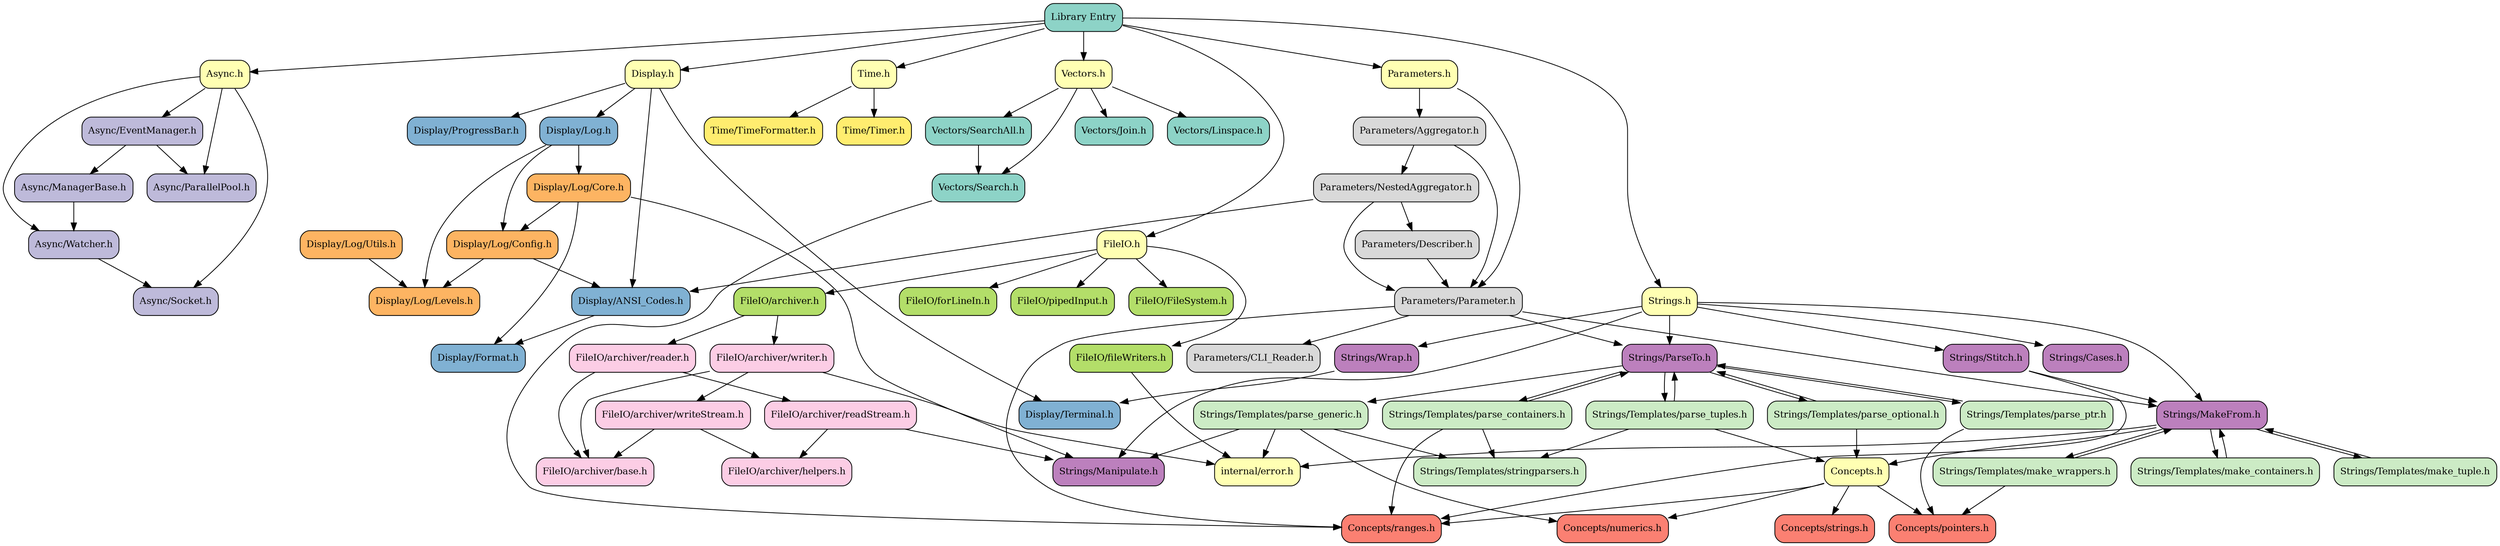
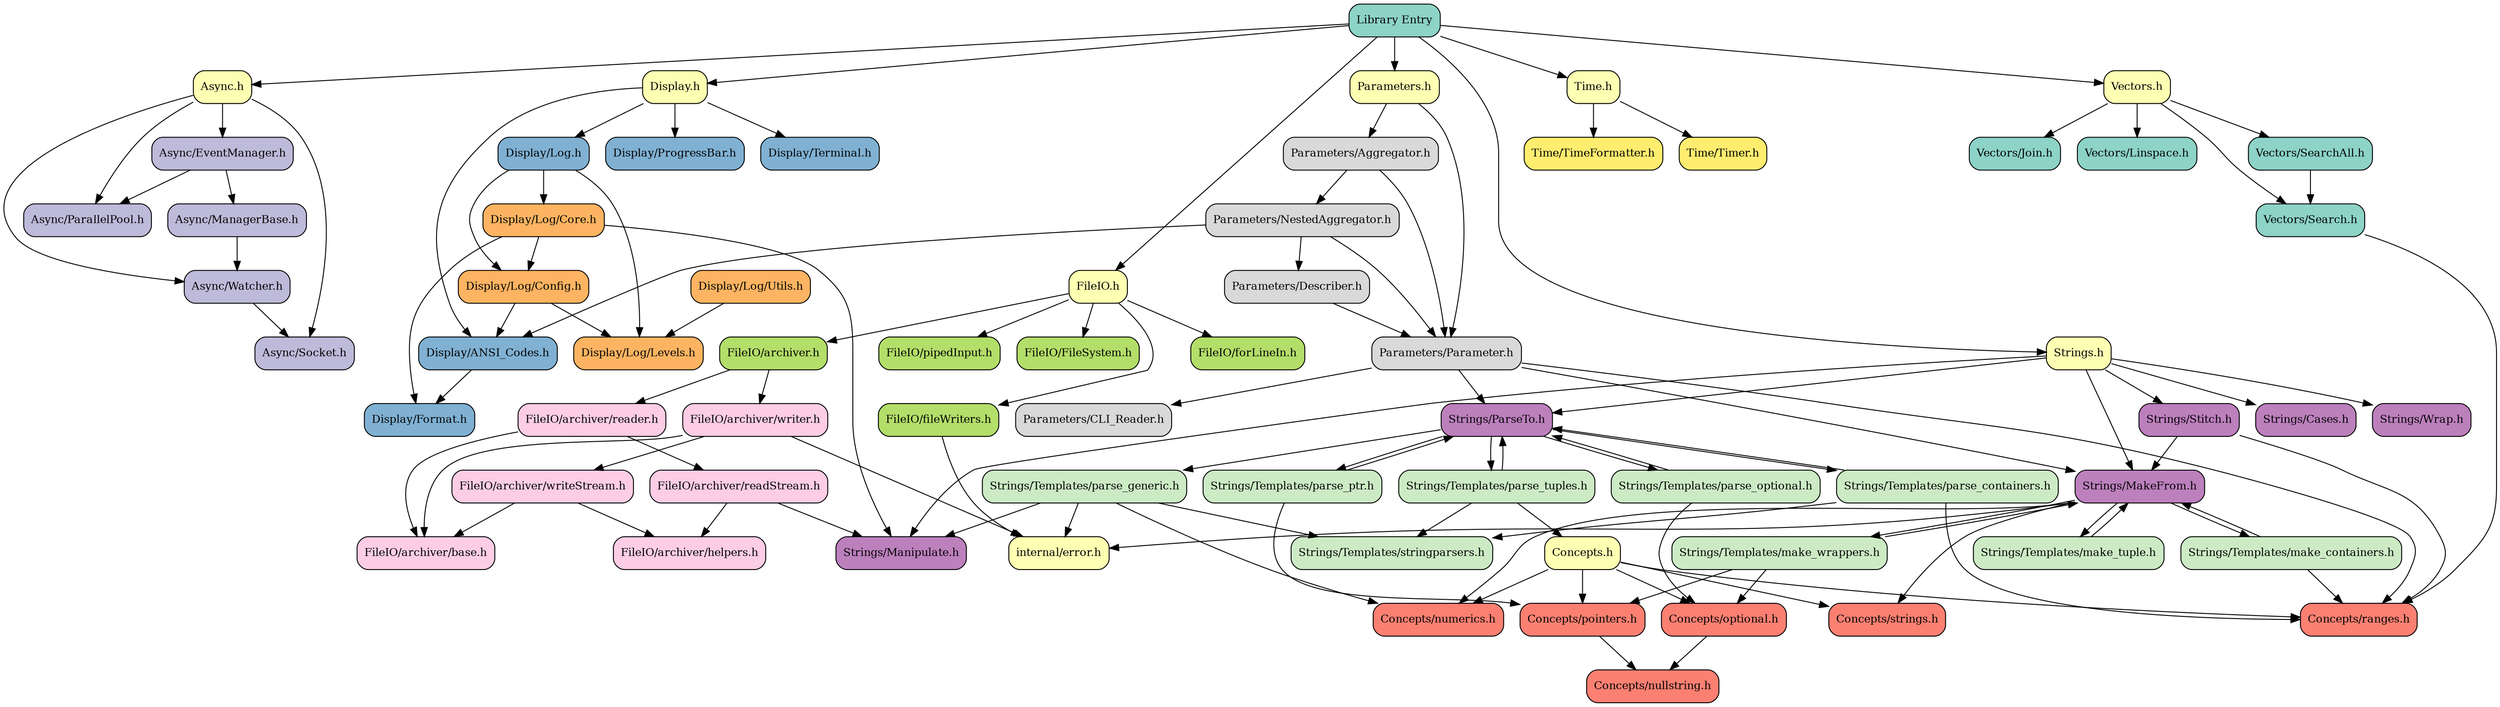
digraph codeviz {
    splines=true
    sep="+15,15"
    overlap=false

    node [shape=Mrecord, fontsize=12]

    node [fillcolor="#8dd3c7", style=filled] "JSL.h"                                    [label = "Library Entry"]
    node [fillcolor="#ffffb3", style=filled] "JSL/Async.h"                              [label = "Async.h"]
    node [fillcolor="#bebada", style=filled] "JSL/Async/EventManager.h"                 [label = "Async/EventManager.h"]
    node [fillcolor="#bebada", style=filled] "JSL/Async/ManagerBase.h"                  [label = "Async/ManagerBase.h"]
    node [fillcolor="#bebada", style=filled] "JSL/Async/ParallelPool.h"                 [label = "Async/ParallelPool.h"]
    node [fillcolor="#bebada", style=filled] "JSL/Async/Socket.h"                       [label = "Async/Socket.h"]
    node [fillcolor="#bebada", style=filled] "JSL/Async/Watcher.h"                      [label = "Async/Watcher.h"]
    node [fillcolor="#ffffb3", style=filled] "JSL/Concepts.h"                           [label = "Concepts.h"]
+     node [fillcolor="#fb8072", style=filled] "JSL/Concepts/nullstring.h"                [label = "Concepts/nullstring.h"]
    node [fillcolor="#fb8072", style=filled] "JSL/Concepts/numerics.h"                  [label = "Concepts/numerics.h"]
+     node [fillcolor="#fb8072", style=filled] "JSL/Concepts/optional.h"                  [label = "Concepts/optional.h"]
    node [fillcolor="#fb8072", style=filled] "JSL/Concepts/pointers.h"                  [label = "Concepts/pointers.h"]
    node [fillcolor="#fb8072", style=filled] "JSL/Concepts/ranges.h"                    [label = "Concepts/ranges.h"]
    node [fillcolor="#fb8072", style=filled] "JSL/Concepts/strings.h"                   [label = "Concepts/strings.h"]
    node [fillcolor="#ffffb3", style=filled] "JSL/Display.h"                            [label = "Display.h"]
    node [fillcolor="#80b1d3", style=filled] "JSL/Display/ANSI_Codes.h"                 [label = "Display/ANSI_Codes.h"]
    node [fillcolor="#80b1d3", style=filled] "JSL/Display/Format.h"                     [label = "Display/Format.h"]
    node [fillcolor="#80b1d3", style=filled] "JSL/Display/Log.h"                        [label = "Display/Log.h"]
    node [fillcolor="#fdb462", style=filled] "JSL/Display/Log/Config.h"                 [label = "Display/Log/Config.h"]
    node [fillcolor="#fdb462", style=filled] "JSL/Display/Log/Core.h"                   [label = "Display/Log/Core.h"]
    node [fillcolor="#fdb462", style=filled] "JSL/Display/Log/Levels.h"                 [label = "Display/Log/Levels.h"]
    node [fillcolor="#fdb462", style=filled] "JSL/Display/Log/Utils.h"                  [label = "Display/Log/Utils.h"]
    node [fillcolor="#80b1d3", style=filled] "JSL/Display/ProgressBar.h"                [label = "Display/ProgressBar.h"]
    node [fillcolor="#80b1d3", style=filled] "JSL/Display/Terminal.h"                   [label = "Display/Terminal.h"]
    node [fillcolor="#ffffb3", style=filled] "JSL/FileIO.h"                             [label = "FileIO.h"]
    node [fillcolor="#b3de69", style=filled] "JSL/FileIO/FileSystem.h"                  [label = "FileIO/FileSystem.h"]
    node [fillcolor="#b3de69", style=filled] "JSL/FileIO/archiver.h"                    [label = "FileIO/archiver.h"]
    node [fillcolor="#fccde5", style=filled] "JSL/FileIO/archiver/base.h"               [label = "FileIO/archiver/base.h"]
    node [fillcolor="#fccde5", style=filled] "JSL/FileIO/archiver/helpers.h"            [label = "FileIO/archiver/helpers.h"]
    node [fillcolor="#fccde5", style=filled] "JSL/FileIO/archiver/readStream.h"         [label = "FileIO/archiver/readStream.h"]
    node [fillcolor="#fccde5", style=filled] "JSL/FileIO/archiver/reader.h"             [label = "FileIO/archiver/reader.h"]
    node [fillcolor="#fccde5", style=filled] "JSL/FileIO/archiver/writeStream.h"        [label = "FileIO/archiver/writeStream.h"]
    node [fillcolor="#fccde5", style=filled] "JSL/FileIO/archiver/writer.h"             [label = "FileIO/archiver/writer.h"]
    node [fillcolor="#b3de69", style=filled] "JSL/FileIO/fileWriters.h"                 [label = "FileIO/fileWriters.h"]
    node [fillcolor="#b3de69", style=filled] "JSL/FileIO/forLineIn.h"                   [label = "FileIO/forLineIn.h"]
    node [fillcolor="#b3de69", style=filled] "JSL/FileIO/pipedInput.h"                  [label = "FileIO/pipedInput.h"]
    node [fillcolor="#ffffb3", style=filled] "JSL/Parameters.h"                         [label = "Parameters.h"]
    node [fillcolor="#d9d9d9", style=filled] "JSL/Parameters/Aggregator.h"              [label = "Parameters/Aggregator.h"]
    node [fillcolor="#d9d9d9", style=filled] "JSL/Parameters/CLI_Reader.h"              [label = "Parameters/CLI_Reader.h"]
    node [fillcolor="#d9d9d9", style=filled] "JSL/Parameters/Describer.h"               [label = "Parameters/Describer.h"]
    node [fillcolor="#d9d9d9", style=filled] "JSL/Parameters/NestedAggregator.h"        [label = "Parameters/NestedAggregator.h"]
    node [fillcolor="#d9d9d9", style=filled] "JSL/Parameters/Parameter.h"               [label = "Parameters/Parameter.h"]
    node [fillcolor="#ffffb3", style=filled] "JSL/Strings.h"                            [label = "Strings.h"]
    node [fillcolor="#bc80bd", style=filled] "JSL/Strings/Cases.h"                      [label = "Strings/Cases.h"]
    node [fillcolor="#bc80bd", style=filled] "JSL/Strings/MakeFrom.h"                   [label = "Strings/MakeFrom.h"]
    node [fillcolor="#bc80bd", style=filled] "JSL/Strings/Manipulate.h"                 [label = "Strings/Manipulate.h"]
    node [fillcolor="#bc80bd", style=filled] "JSL/Strings/ParseTo.h"                    [label = "Strings/ParseTo.h"]
    node [fillcolor="#bc80bd", style=filled] "JSL/Strings/Stitch.h"                     [label = "Strings/Stitch.h"]
    node [fillcolor="#ccebc5", style=filled] "JSL/Strings/Templates/make_containers.h"  [label = "Strings/Templates/make_containers.h"]
    node [fillcolor="#ccebc5", style=filled] "JSL/Strings/Templates/make_tuple.h"       [label = "Strings/Templates/make_tuple.h"]
    node [fillcolor="#ccebc5", style=filled] "JSL/Strings/Templates/make_wrappers.h"    [label = "Strings/Templates/make_wrappers.h"]
    node [fillcolor="#ccebc5", style=filled] "JSL/Strings/Templates/parse_containers.h" [label = "Strings/Templates/parse_containers.h"]
    node [fillcolor="#ccebc5", style=filled] "JSL/Strings/Templates/parse_generic.h"    [label = "Strings/Templates/parse_generic.h"]
    node [fillcolor="#ccebc5", style=filled] "JSL/Strings/Templates/parse_optional.h"   [label = "Strings/Templates/parse_optional.h"]
    node [fillcolor="#ccebc5", style=filled] "JSL/Strings/Templates/parse_ptr.h"        [label = "Strings/Templates/parse_ptr.h"]
    node [fillcolor="#ccebc5", style=filled] "JSL/Strings/Templates/parse_tuples.h"     [label = "Strings/Templates/parse_tuples.h"]
    node [fillcolor="#ccebc5", style=filled] "JSL/Strings/Templates/stringparsers.h"    [label = "Strings/Templates/stringparsers.h"]
    node [fillcolor="#bc80bd", style=filled] "JSL/Strings/Wrap.h"                       [label = "Strings/Wrap.h"]
    node [fillcolor="#ffffb3", style=filled] "JSL/Time.h"                               [label = "Time.h"]
    node [fillcolor="#ffed6f", style=filled] "JSL/Time/TimeFormatter.h"                 [label = "Time/TimeFormatter.h"]
    node [fillcolor="#ffed6f", style=filled] "JSL/Time/Timer.h"                         [label = "Time/Timer.h"]
    node [fillcolor="#ffffb3", style=filled] "JSL/Vectors.h"                            [label = "Vectors.h"]
    node [fillcolor="#8dd3c7", style=filled] "JSL/Vectors/Join.h"                       [label = "Vectors/Join.h"]
    node [fillcolor="#8dd3c7", style=filled] "JSL/Vectors/Linspace.h"                   [label = "Vectors/Linspace.h"]
    node [fillcolor="#8dd3c7", style=filled] "JSL/Vectors/Search.h"                     [label = "Vectors/Search.h"]
    node [fillcolor="#8dd3c7", style=filled] "JSL/Vectors/SearchAll.h"                  [label = "Vectors/SearchAll.h"]
    node [fillcolor="#ffffb3", style=filled] "JSL/internal/error.h"                     [label = "internal/error.h"]

    "JSL.h"                                    -> "JSL/Display.h"
    "JSL.h"                                    -> "JSL/FileIO.h"
    "JSL.h"                                    -> "JSL/Parameters.h"
    "JSL.h"                                    -> "JSL/Strings.h"
    "JSL.h"                                    -> "JSL/Time.h"
    "JSL.h"                                    -> "JSL/Vectors.h"
    "JSL.h"                                    -> "JSL/Async.h"
    "JSL/Async.h"                              -> "JSL/Async/Socket.h"
    "JSL/Async.h"                              -> "JSL/Async/Watcher.h"
    "JSL/Async.h"                              -> "JSL/Async/EventManager.h"
    "JSL/Async.h"                              -> "JSL/Async/ParallelPool.h"
    "JSL/Async/EventManager.h"                 -> "JSL/Async/ManagerBase.h"
    "JSL/Async/EventManager.h"                 -> "JSL/Async/ParallelPool.h"
    "JSL/Async/ManagerBase.h"                  -> "JSL/Async/Watcher.h"
    "JSL/Async/Watcher.h"                      -> "JSL/Async/Socket.h"
    "JSL/Concepts.h"                           -> "JSL/Concepts/ranges.h"
    "JSL/Concepts.h"                           -> "JSL/Concepts/numerics.h"
    "JSL/Concepts.h"                           -> "JSL/Concepts/strings.h"
    "JSL/Concepts.h"                           -> "JSL/Concepts/pointers.h"
+     "JSL/Concepts.h"                           -> "JSL/Concepts/optional.h"
+     "JSL/Concepts/optional.h"                  -> "JSL/Concepts/nullstring.h"
+     "JSL/Concepts/pointers.h"                  -> "JSL/Concepts/nullstring.h"
    "JSL/Display.h"                            -> "JSL/Display/Log.h"
    "JSL/Display.h"                            -> "JSL/Display/ANSI_Codes.h"
    "JSL/Display.h"                            -> "JSL/Display/ProgressBar.h"
    "JSL/Display.h"                            -> "JSL/Display/Terminal.h"
    "JSL/Display/ANSI_Codes.h"                 -> "JSL/Display/Format.h"
    "JSL/Display/Log.h"                        -> "JSL/Display/Log/Core.h"
    "JSL/Display/Log.h"                        -> "JSL/Display/Log/Config.h"
    "JSL/Display/Log.h"                        -> "JSL/Display/Log/Levels.h"
    "JSL/Display/Log/Config.h"                 -> "JSL/Display/Log/Levels.h"
    "JSL/Display/Log/Config.h"                 -> "JSL/Display/ANSI_Codes.h"
    "JSL/Display/Log/Core.h"                   -> "JSL/Display/Log/Config.h"
    "JSL/Display/Log/Core.h"                   -> "JSL/Strings/Manipulate.h"
    "JSL/Display/Log/Core.h"                   -> "JSL/Display/Format.h"
    "JSL/Display/Log/Utils.h"                  -> "JSL/Display/Log/Levels.h"
    "JSL/FileIO.h"                             -> "JSL/FileIO/forLineIn.h"
    "JSL/FileIO.h"                             -> "JSL/FileIO/FileSystem.h"
    "JSL/FileIO.h"                             -> "JSL/FileIO/fileWriters.h"
    "JSL/FileIO.h"                             -> "JSL/FileIO/pipedInput.h"
    "JSL/FileIO.h"                             -> "JSL/FileIO/archiver.h"
    "JSL/FileIO/archiver.h"                    -> "JSL/FileIO/archiver/writer.h"
    "JSL/FileIO/archiver.h"                    -> "JSL/FileIO/archiver/reader.h"
    "JSL/FileIO/archiver/readStream.h"         -> "JSL/Strings/Manipulate.h"
    "JSL/FileIO/archiver/readStream.h"         -> "JSL/FileIO/archiver/helpers.h"
    "JSL/FileIO/archiver/reader.h"             -> "JSL/FileIO/archiver/base.h"
    "JSL/FileIO/archiver/reader.h"             -> "JSL/FileIO/archiver/readStream.h"
    "JSL/FileIO/archiver/writeStream.h"        -> "JSL/FileIO/archiver/base.h"
    "JSL/FileIO/archiver/writeStream.h"        -> "JSL/FileIO/archiver/helpers.h"
    "JSL/FileIO/archiver/writer.h"             -> "JSL/FileIO/archiver/base.h"
    "JSL/FileIO/archiver/writer.h"             -> "JSL/FileIO/archiver/writeStream.h"
    "JSL/FileIO/archiver/writer.h"             -> "JSL/internal/error.h"
    "JSL/FileIO/fileWriters.h"                 -> "JSL/internal/error.h"
    "JSL/Parameters.h"                         -> "JSL/Parameters/Parameter.h"
    "JSL/Parameters.h"                         -> "JSL/Parameters/Aggregator.h"
    "JSL/Parameters/Aggregator.h"              -> "JSL/Parameters/NestedAggregator.h"
    "JSL/Parameters/Aggregator.h"              -> "JSL/Parameters/Parameter.h"
    "JSL/Parameters/Describer.h"               -> "JSL/Parameters/Parameter.h"
    "JSL/Parameters/NestedAggregator.h"        -> "JSL/Parameters/Parameter.h"
    "JSL/Parameters/NestedAggregator.h"        -> "JSL/Display/ANSI_Codes.h"
    "JSL/Parameters/NestedAggregator.h"        -> "JSL/Parameters/Describer.h"
    "JSL/Parameters/Parameter.h"               -> "JSL/Concepts/ranges.h"
    "JSL/Parameters/Parameter.h"               -> "JSL/Strings/MakeFrom.h"
    "JSL/Parameters/Parameter.h"               -> "JSL/Strings/ParseTo.h"
    "JSL/Parameters/Parameter.h"               -> "JSL/Parameters/CLI_Reader.h"
    "JSL/Strings.h"                            -> "JSL/Strings/MakeFrom.h"
    "JSL/Strings.h"                            -> "JSL/Strings/ParseTo.h"
    "JSL/Strings.h"                            -> "JSL/Strings/Cases.h"
    "JSL/Strings.h"                            -> "JSL/Strings/Manipulate.h"
    "JSL/Strings.h"                            -> "JSL/Strings/Stitch.h"
    "JSL/Strings.h"                            -> "JSL/Strings/Wrap.h"
-     "JSL/Strings/MakeFrom.h"                   -> "JSL/Concepts.h"
+     "JSL/Strings/MakeFrom.h"                   -> "JSL/Concepts/strings.h"
+     "JSL/Strings/MakeFrom.h"                   -> "JSL/Concepts/numerics.h"
    "JSL/Strings/MakeFrom.h"                   -> "JSL/internal/error.h"
    "JSL/Strings/MakeFrom.h"                   -> "JSL/Strings/Templates/make_containers.h"
    "JSL/Strings/MakeFrom.h"                   -> "JSL/Strings/Templates/make_tuple.h"
    "JSL/Strings/MakeFrom.h"                   -> "JSL/Strings/Templates/make_wrappers.h"
    "JSL/Strings/ParseTo.h"                    -> "JSL/Strings/Templates/parse_generic.h"
    "JSL/Strings/ParseTo.h"                    -> "JSL/Strings/Templates/parse_containers.h"
    "JSL/Strings/ParseTo.h"                    -> "JSL/Strings/Templates/parse_tuples.h"
    "JSL/Strings/ParseTo.h"                    -> "JSL/Strings/Templates/parse_optional.h"
    "JSL/Strings/ParseTo.h"                    -> "JSL/Strings/Templates/parse_ptr.h"
    "JSL/Strings/Stitch.h"                     -> "JSL/Strings/MakeFrom.h"
    "JSL/Strings/Stitch.h"                     -> "JSL/Concepts/ranges.h"
    "JSL/Strings/Templates/make_containers.h"  -> "JSL/Strings/MakeFrom.h"
+     "JSL/Strings/Templates/make_containers.h"  -> "JSL/Concepts/ranges.h"
    "JSL/Strings/Templates/make_tuple.h"       -> "JSL/Strings/MakeFrom.h"
    "JSL/Strings/Templates/make_wrappers.h"    -> "JSL/Strings/MakeFrom.h"
    "JSL/Strings/Templates/make_wrappers.h"    -> "JSL/Concepts/pointers.h"
+     "JSL/Strings/Templates/make_wrappers.h"    -> "JSL/Concepts/optional.h"
    "JSL/Strings/Templates/parse_containers.h" -> "JSL/Concepts/ranges.h"
    "JSL/Strings/Templates/parse_containers.h" -> "JSL/Strings/Templates/stringparsers.h"
    "JSL/Strings/Templates/parse_containers.h" -> "JSL/Strings/ParseTo.h"
    "JSL/Strings/Templates/parse_generic.h"    -> "JSL/Strings/Templates/stringparsers.h"
    "JSL/Strings/Templates/parse_generic.h"    -> "JSL/Strings/Manipulate.h"
    "JSL/Strings/Templates/parse_generic.h"    -> "JSL/internal/error.h"
    "JSL/Strings/Templates/parse_generic.h"    -> "JSL/Concepts/numerics.h"
    "JSL/Strings/Templates/parse_optional.h"   -> "JSL/Strings/ParseTo.h"
-     "JSL/Strings/Templates/parse_optional.h"   -> "JSL/Concepts.h"
+     "JSL/Strings/Templates/parse_optional.h"   -> "JSL/Concepts/optional.h"
    "JSL/Strings/Templates/parse_ptr.h"        -> "JSL/Strings/ParseTo.h"
    "JSL/Strings/Templates/parse_ptr.h"        -> "JSL/Concepts/pointers.h"
    "JSL/Strings/Templates/parse_tuples.h"     -> "JSL/Concepts.h"
    "JSL/Strings/Templates/parse_tuples.h"     -> "JSL/Strings/Templates/stringparsers.h"
    "JSL/Strings/Templates/parse_tuples.h"     -> "JSL/Strings/ParseTo.h"
-     "JSL/Strings/Wrap.h"                       -> "JSL/Display/Terminal.h"
    "JSL/Time.h"                               -> "JSL/Time/Timer.h"
    "JSL/Time.h"                               -> "JSL/Time/TimeFormatter.h"
    "JSL/Vectors.h"                            -> "JSL/Vectors/Search.h"
    "JSL/Vectors.h"                            -> "JSL/Vectors/SearchAll.h"
    "JSL/Vectors.h"                            -> "JSL/Vectors/Join.h"
    "JSL/Vectors.h"                            -> "JSL/Vectors/Linspace.h"
    "JSL/Vectors/Search.h"                     -> "JSL/Concepts/ranges.h"
    "JSL/Vectors/SearchAll.h"                  -> "JSL/Vectors/Search.h"
}
